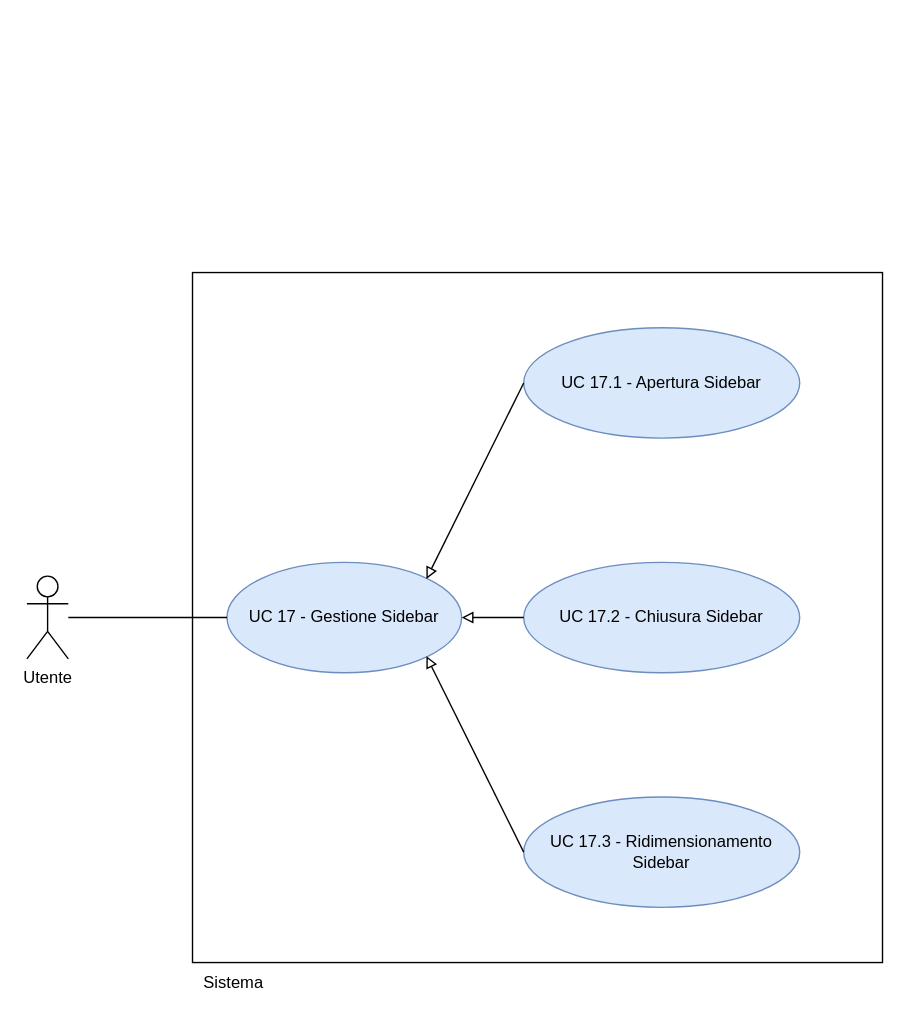
Above: RTB/doc_esterna/analisi-dei-requisiti/assets/draw.io/UC17.drawio in thebitless-group-swe/thebitless.github.io (draw.io), before the change. Source tidied: cells renumbered, new cells numbered last; positions are measured from the earlier drawing's top-left corner, leaving out a move shared by most shapes. Both pictures are drawn from the tidied source at 138%, with x=0, y=0 at pixel (26, 272).
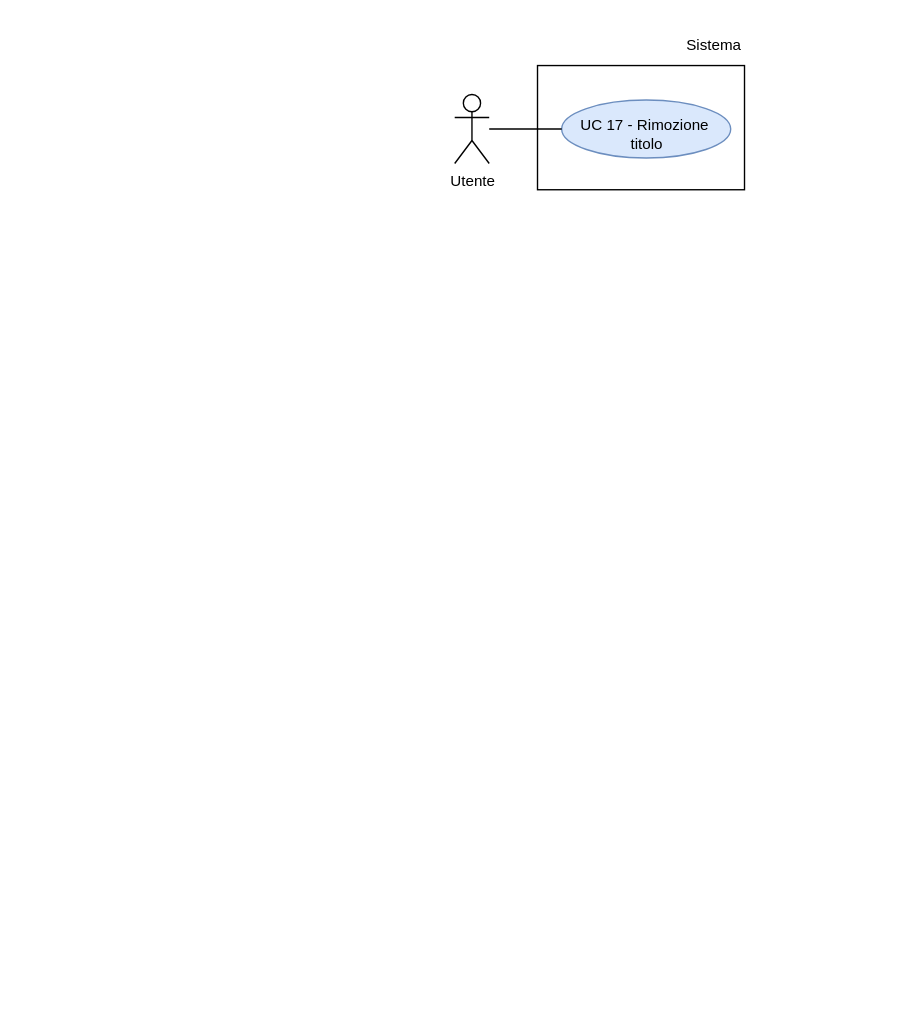
After the change.

Diff of the diagram source:
```diff
@@
 <mxGraphModel>
   <root>
     <mxCell id="0" />
     <mxCell id="1" parent="0" />
-    <mxCell id="2" value="Utente" style="shape=umlActor;verticalLabelPosition=bottom;verticalAlign=top;html=1;outlineConnect=0;" parent="1" vertex="1">
-      <mxGeometry y="220" width="30" height="60" as="geometry" />
+    <mxCell id="2" value="Utente" style="shape=umlActor;verticalLabelPosition=bottom;verticalAlign=top;html=1;outlineConnect=0;fontSize=11;" parent="1" vertex="1">
+      <mxGeometry x="310" y="-129" width="25" height="50" as="geometry" />
     </mxCell>
-    <mxCell id="3" style="whiteSpace=wrap;html=1;" parent="1" vertex="1">
-      <mxGeometry x="120" width="500" height="500" as="geometry" />
-    </mxCell>
+    <mxCell id="13" style="rounded=0;whiteSpace=wrap;html=1;strokeWidth=1;" parent="1" vertex="1">
+      <mxGeometry x="370" y="-150" width="150" height="90" as="geometry" />
+    </mxCell>
-    <mxCell id="4" value="Sistema" style="text;html=1;whiteSpace=wrap;strokeColor=none;fillColor=none;align=center;verticalAlign=middle;rounded=0;" parent="1" vertex="1">
-      <mxGeometry x="120" y="500" width="60" height="30" as="geometry" />
+    <mxCell id="4" value="Sistema" style="text;html=1;whiteSpace=wrap;strokeColor=none;fillColor=none;align=right;verticalAlign=middle;fontSize=11;" parent="1" vertex="1">
+      <mxGeometry x="460" y="-180" width="60" height="30" as="geometry" />
     </mxCell>
-    <mxCell id="5" value="UC 17 - Gestione Sidebar" style="ellipse;whiteSpace=wrap;html=1;fillColor=#dae8fc;strokeColor=#6c8ebf;" parent="1" vertex="1">
-      <mxGeometry x="145" y="210" width="170" height="80" as="geometry" />
-    </mxCell>
-    <mxCell id="6" style="edgeStyle=orthogonalEdgeStyle;rounded=0;jettySize=auto;html=1;endArrow=none;endFill=0;" parent="1" edge="1" source="2" target="5">
-      <mxGeometry relative="1" as="geometry" />
-    </mxCell>
-    <mxCell id="7" value="UC 17.1 - Apertura Sidebar" style="ellipse;whiteSpace=wrap;html=1;fillColor=#dae8fc;strokeColor=#6c8ebf;" parent="1" vertex="1">
-      <mxGeometry x="360" y="40" width="200" height="80" as="geometry" />
-    </mxCell>
-    <mxCell id="8" value="UC 17.2 - Chiusura Sidebar" style="ellipse;whiteSpace=wrap;html=1;fillColor=#dae8fc;strokeColor=#6c8ebf;" parent="1" vertex="1">
-      <mxGeometry x="360" y="210" width="200" height="80" as="geometry" />
-    </mxCell>
-    <mxCell id="9" value="UC 17.3 - Ridimensionamento Sidebar" style="ellipse;whiteSpace=wrap;html=1;fillColor=#dae8fc;strokeColor=#6c8ebf;" parent="1" vertex="1">
-      <mxGeometry x="360" y="380" width="200" height="80" as="geometry" />
-    </mxCell>
-    <mxCell id="10" style="endArrow=block;endFill=0;html=1;rounded=0;exitX=0;exitY=0.5;exitDx=0;exitDy=0;entryX=0.85;entryY=0.15;entryDx=0;entryDy=0;entryPerimeter=0;" parent="1" edge="1" source="7" target="5">
-      <mxGeometry relative="1" as="geometry" />
-    </mxCell>
-    <mxCell id="11" style="endArrow=block;endFill=0;html=1;rounded=0;exitX=0;exitY=0.5;exitDx=0;exitDy=0;entryX=1;entryY=0.5;entryDx=0;entryDy=0;" parent="1" edge="1" source="8" target="5">
-      <mxGeometry relative="1" as="geometry" />
-    </mxCell>
-    <mxCell id="12" style="endArrow=block;endFill=0;html=1;rounded=0;exitX=0;exitY=0.5;exitDx=0;exitDy=0;entryX=0.85;entryY=0.85;entryDx=0;entryDy=0;entryPerimeter=0;" parent="1" edge="1" source="9" target="5">
-      <mxGeometry relative="1" as="geometry" />
-    </mxCell>
+    <mxCell id="14" value="&lt;div&gt;UC 17 - Rimozione&amp;nbsp; titolo&lt;/div&gt;" style="ellipse;whiteSpace=wrap;html=1;fillColor=#dae8fc;strokeColor=#6c8ebf;fontSize=11;convertToSvg=1;svgWhiteSpace=wrap;labelBorderColor=none;labelBackgroundColor=none;spacingBottom=-8;" parent="1" vertex="1">
+      <mxGeometry x="387.5" y="-125" width="122.5" height="42" as="geometry" />
+    </mxCell>
+    <mxCell id="15" style="edgeStyle=none;rounded=0;jettySize=auto;html=1;endArrow=none;endFill=0;" parent="1" edge="1" source="2" target="14">
+      <mxGeometry relative="1" as="geometry" />
+    </mxCell>
+    <mxCell id="16" style="edgeStyle=orthogonalEdgeStyle;rounded=0;orthogonalLoop=1;jettySize=auto;html=1;exitX=0.5;exitY=1;exitDx=0;exitDy=0;" parent="1" edge="1" source="4" target="4">
+      <mxGeometry relative="1" as="geometry" />
+    </mxCell>
   </root>
 </mxGraphModel>
```
